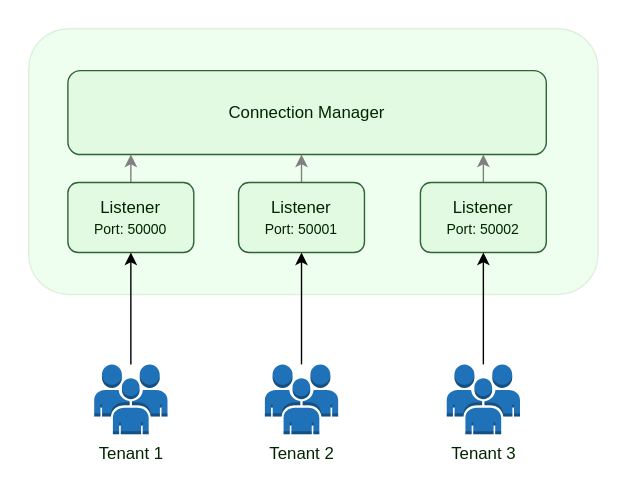
Before: docs/assets/multi-tenancy.svg, a diagram exported from draw.io (gsalomao/maxmq). Source tidied: cells renumbered, new cells last; positions are measured from the earlier drawing's top-left corner, leaving out a move shared by most shapes. The source it was exported from:
```xml
<mxGraphModel>
  <root>
    <mxCell id="0" />
    <mxCell id="1" parent="0" />
    <mxCell id="2" style="rounded=0;whiteSpace=wrap;html=1;strokeColor=none;fontColor=#002400;fillColor=#FFFFFF;" parent="1" vertex="1">
      <mxGeometry width="450" height="350" as="geometry" />
    </mxCell>
    <mxCell id="3" style="rounded=1;whiteSpace=wrap;html=1;fillColor=#66FF66;opacity=10;strokeColor=#006600;" parent="1" vertex="1">
      <mxGeometry x="20" y="20" width="407" height="190" as="geometry" />
    </mxCell>
    <mxCell id="4" style="edgeStyle=orthogonalEdgeStyle;rounded=0;jettySize=auto;html=1;entryX=0.131;entryY=0.998;entryDx=0;entryDy=0;entryPerimeter=0;strokeColor=#808080;fontColor=#002400;" parent="1" edge="1" source="5" target="11">
      <mxGeometry relative="1" as="geometry" />
    </mxCell>
    <mxCell id="5" value="Listener&lt;br&gt;&lt;font style=&quot;font-size: 10px;&quot;&gt;Port: 50000&lt;/font&gt;" style="rounded=1;whiteSpace=wrap;html=1;fillColor=#E1FAE1;strokeColor=#2F6336;fontColor=#002400;" parent="1" vertex="1">
      <mxGeometry x="48" y="130" width="90" height="50" as="geometry" />
    </mxCell>
    <mxCell id="6" style="edgeStyle=orthogonalEdgeStyle;rounded=0;jettySize=auto;html=1;entryX=0.488;entryY=0.996;entryDx=0;entryDy=0;entryPerimeter=0;strokeColor=#808080;fontColor=#002400;" parent="1" edge="1" source="7" target="11">
      <mxGeometry relative="1" as="geometry" />
    </mxCell>
    <mxCell id="7" value="Listener&lt;br&gt;&lt;font style=&quot;font-size: 10px;&quot;&gt;Port: 50001&lt;/font&gt;" style="rounded=1;whiteSpace=wrap;html=1;fillColor=#E1FAE1;strokeColor=#2F6336;fontColor=#002400;" parent="1" vertex="1">
      <mxGeometry x="170" y="130" width="90" height="50" as="geometry" />
    </mxCell>
    <mxCell id="8" style="edgeStyle=orthogonalEdgeStyle;rounded=0;jettySize=auto;html=1;entryX=0.87;entryY=0.992;entryDx=0;entryDy=0;entryPerimeter=0;strokeColor=#808080;fontColor=#002400;" parent="1" edge="1" source="9" target="11">
      <mxGeometry relative="1" as="geometry" />
    </mxCell>
    <mxCell id="9" value="Listener&lt;br&gt;&lt;font style=&quot;font-size: 10px;&quot;&gt;Port: 50002&lt;/font&gt;" style="rounded=1;whiteSpace=wrap;html=1;fillColor=#E1FAE1;strokeColor=#2F6336;fontColor=#002400;" parent="1" vertex="1">
      <mxGeometry x="300" y="130" width="90" height="50" as="geometry" />
    </mxCell>
    <mxCell id="10" style="edgeStyle=orthogonalEdgeStyle;rounded=0;jettySize=auto;html=1;entryX=0.5;entryY=1;entryDx=0;entryDy=0;fontColor=#002400;strokeColor=default;" parent="1" edge="1" source="14" target="5">
      <mxGeometry relative="1" as="geometry" />
    </mxCell>
    <mxCell id="11" value="Connection Manager" style="rounded=1;whiteSpace=wrap;html=1;fillColor=#E1FAE1;strokeColor=#2F6336;fontColor=#002400;" parent="1" vertex="1">
      <mxGeometry x="48" y="50" width="342" height="60" as="geometry" />
    </mxCell>
    <mxCell id="12" style="edgeStyle=orthogonalEdgeStyle;rounded=0;jettySize=auto;html=1;entryX=0.5;entryY=1;entryDx=0;entryDy=0;fontColor=#002400;strokeColor=default;" parent="1" edge="1" target="7">
      <mxGeometry relative="1" as="geometry">
        <mxPoint x="215" y="260" as="sourcePoint" />
      </mxGeometry>
    </mxCell>
    <mxCell id="13" style="edgeStyle=orthogonalEdgeStyle;rounded=0;jettySize=auto;html=1;fontColor=#002400;strokeColor=default;" parent="1" edge="1" target="9">
      <mxGeometry relative="1" as="geometry">
        <mxPoint x="345" y="260" as="sourcePoint" />
      </mxGeometry>
    </mxCell>
    <mxCell id="14" value="Tenant 1" style="outlineConnect=0;dashed=0;verticalLabelPosition=bottom;verticalAlign=top;align=center;html=1;shape=mxgraph.aws3.users;fillColor=#2072B8;gradientColor=none;rounded=1;strokeColor=none;fontColor=#002400;" parent="1" vertex="1">
      <mxGeometry x="66.8" y="260" width="52.4" height="50" as="geometry" />
    </mxCell>
    <mxCell id="15" value="Tenant 2" style="outlineConnect=0;dashed=0;verticalLabelPosition=bottom;verticalAlign=top;align=center;html=1;shape=mxgraph.aws3.users;fillColor=#2072B8;gradientColor=none;rounded=1;strokeColor=none;fontColor=#002400;" parent="1" vertex="1">
      <mxGeometry x="188.8" y="260" width="52.4" height="50" as="geometry" />
    </mxCell>
    <mxCell id="16" value="Tenant 3" style="dashed=0;verticalLabelPosition=bottom;verticalAlign=top;align=center;html=1;shape=mxgraph.aws3.users;fillColor=#2072B8;gradientColor=none;rounded=1;strokeColor=none;fontColor=#002400;" parent="1" vertex="1">
      <mxGeometry x="318.8" y="260" width="52.4" height="50" as="geometry" />
    </mxCell>
  </root>
</mxGraphModel>
```
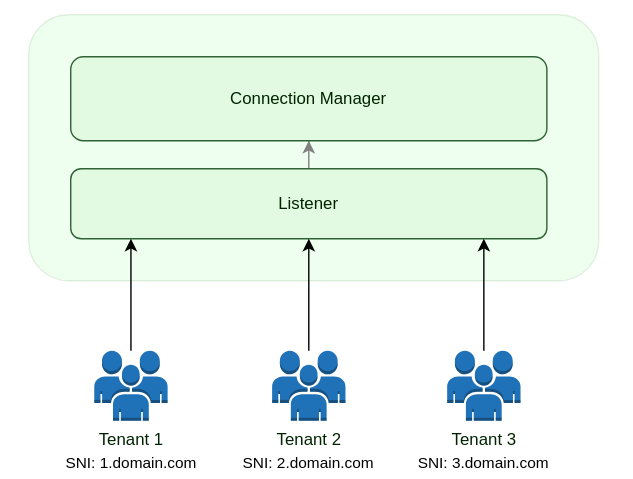
After the change.

Change to the diagram source:
```diff
@@ -3,53 +3,51 @@
     <mxCell id="0" />
     <mxCell id="1" parent="0" />
     <mxCell id="2" style="rounded=0;whiteSpace=wrap;html=1;strokeColor=none;fontColor=#002400;fillColor=#FFFFFF;" parent="1" vertex="1">
-      <mxGeometry width="450" height="350" as="geometry" />
+      <mxGeometry y="10" width="450" height="340" as="geometry" />
     </mxCell>
     <mxCell id="3" style="rounded=1;whiteSpace=wrap;html=1;fillColor=#66FF66;opacity=10;strokeColor=#006600;" parent="1" vertex="1">
       <mxGeometry x="20" y="20" width="407" height="190" as="geometry" />
     </mxCell>
-    <mxCell id="4" style="edgeStyle=orthogonalEdgeStyle;rounded=0;jettySize=auto;html=1;entryX=0.131;entryY=0.998;entryDx=0;entryDy=0;entryPerimeter=0;strokeColor=#808080;fontColor=#002400;" parent="1" edge="1" source="5" target="11">
-      <mxGeometry relative="1" as="geometry" />
-    </mxCell>
-    <mxCell id="5" value="Listener&lt;br&gt;&lt;font style=&quot;font-size: 10px;&quot;&gt;Port: 50000&lt;/font&gt;" style="rounded=1;whiteSpace=wrap;html=1;fillColor=#E1FAE1;strokeColor=#2F6336;fontColor=#002400;" parent="1" vertex="1">
-      <mxGeometry x="48" y="130" width="90" height="50" as="geometry" />
-    </mxCell>
-    <mxCell id="6" style="edgeStyle=orthogonalEdgeStyle;rounded=0;jettySize=auto;html=1;entryX=0.488;entryY=0.996;entryDx=0;entryDy=0;entryPerimeter=0;strokeColor=#808080;fontColor=#002400;" parent="1" edge="1" source="7" target="11">
+    <mxCell id="6" style="edgeStyle=orthogonalEdgeStyle;rounded=0;jettySize=auto;html=1;entryX=0.5;entryY=1;entryDx=0;entryDy=0;strokeColor=#808080;fontColor=#002400;" parent="1" edge="1" source="7" target="11">
       <mxGeometry relative="1" as="geometry" />
     </mxCell>
-    <mxCell id="7" value="Listener&lt;br&gt;&lt;font style=&quot;font-size: 10px;&quot;&gt;Port: 50001&lt;/font&gt;" style="rounded=1;whiteSpace=wrap;html=1;fillColor=#E1FAE1;strokeColor=#2F6336;fontColor=#002400;" parent="1" vertex="1">
-      <mxGeometry x="170" y="130" width="90" height="50" as="geometry" />
+    <mxCell id="7" value="Listener" style="rounded=1;whiteSpace=wrap;html=1;fillColor=#E1FAE1;strokeColor=#2F6336;fontColor=#002400;" parent="1" vertex="1">
+      <mxGeometry x="50" y="130" width="340" height="50" as="geometry" />
     </mxCell>
-    <mxCell id="8" style="edgeStyle=orthogonalEdgeStyle;rounded=0;jettySize=auto;html=1;entryX=0.87;entryY=0.992;entryDx=0;entryDy=0;entryPerimeter=0;strokeColor=#808080;fontColor=#002400;" parent="1" edge="1" source="9" target="11">
-      <mxGeometry relative="1" as="geometry" />
-    </mxCell>
-    <mxCell id="9" value="Listener&lt;br&gt;&lt;font style=&quot;font-size: 10px;&quot;&gt;Port: 50002&lt;/font&gt;" style="rounded=1;whiteSpace=wrap;html=1;fillColor=#E1FAE1;strokeColor=#2F6336;fontColor=#002400;" parent="1" vertex="1">
-      <mxGeometry x="300" y="130" width="90" height="50" as="geometry" />
-    </mxCell>
-    <mxCell id="10" style="edgeStyle=orthogonalEdgeStyle;rounded=0;jettySize=auto;html=1;entryX=0.5;entryY=1;entryDx=0;entryDy=0;fontColor=#002400;strokeColor=default;" parent="1" edge="1" source="14" target="5">
-      <mxGeometry relative="1" as="geometry" />
+    <mxCell id="10" style="edgeStyle=orthogonalEdgeStyle;rounded=0;jettySize=auto;html=1;entryX=0.5;entryY=1;entryDx=0;entryDy=0;fontColor=#002400;strokeColor=default;" parent="1" edge="1" source="14">
+      <mxGeometry relative="1" as="geometry">
+        <mxPoint x="93" y="180" as="targetPoint" />
+      </mxGeometry>
     </mxCell>
     <mxCell id="11" value="Connection Manager" style="rounded=1;whiteSpace=wrap;html=1;fillColor=#E1FAE1;strokeColor=#2F6336;fontColor=#002400;" parent="1" vertex="1">
-      <mxGeometry x="48" y="50" width="342" height="60" as="geometry" />
+      <mxGeometry x="50" y="50" width="340" height="60" as="geometry" />
     </mxCell>
-    <mxCell id="12" style="edgeStyle=orthogonalEdgeStyle;rounded=0;jettySize=auto;html=1;entryX=0.5;entryY=1;entryDx=0;entryDy=0;fontColor=#002400;strokeColor=default;" parent="1" edge="1" target="7">
-      <mxGeometry relative="1" as="geometry">
-        <mxPoint x="215" y="260" as="sourcePoint" />
-      </mxGeometry>
+    <mxCell id="12" style="edgeStyle=orthogonalEdgeStyle;rounded=0;jettySize=auto;html=1;entryX=0.5;entryY=1;entryDx=0;entryDy=0;fontColor=#002400;strokeColor=default;" parent="1" edge="1" source="15" target="7">
+      <mxGeometry relative="1" as="geometry" />
     </mxCell>
-    <mxCell id="13" style="edgeStyle=orthogonalEdgeStyle;rounded=0;jettySize=auto;html=1;fontColor=#002400;strokeColor=default;" parent="1" edge="1" target="9">
+    <mxCell id="13" style="edgeStyle=orthogonalEdgeStyle;rounded=0;orthogonalLoop=1;jettySize=auto;html=1;fontColor=#002400;strokeColor=default;" parent="1" edge="1">
       <mxGeometry relative="1" as="geometry">
         <mxPoint x="345" y="260" as="sourcePoint" />
+        <mxPoint x="345" y="180" as="targetPoint" />
       </mxGeometry>
     </mxCell>
     <mxCell id="14" value="Tenant 1" style="outlineConnect=0;dashed=0;verticalLabelPosition=bottom;verticalAlign=top;align=center;html=1;shape=mxgraph.aws3.users;fillColor=#2072B8;gradientColor=none;rounded=1;strokeColor=none;fontColor=#002400;" parent="1" vertex="1">
       <mxGeometry x="66.8" y="260" width="52.4" height="50" as="geometry" />
     </mxCell>
     <mxCell id="15" value="Tenant 2" style="outlineConnect=0;dashed=0;verticalLabelPosition=bottom;verticalAlign=top;align=center;html=1;shape=mxgraph.aws3.users;fillColor=#2072B8;gradientColor=none;rounded=1;strokeColor=none;fontColor=#002400;" parent="1" vertex="1">
-      <mxGeometry x="188.8" y="260" width="52.4" height="50" as="geometry" />
+      <mxGeometry x="193.8" y="260" width="52.4" height="50" as="geometry" />
     </mxCell>
     <mxCell id="16" value="Tenant 3" style="dashed=0;verticalLabelPosition=bottom;verticalAlign=top;align=center;html=1;shape=mxgraph.aws3.users;fillColor=#2072B8;gradientColor=none;rounded=1;strokeColor=none;fontColor=#002400;" parent="1" vertex="1">
       <mxGeometry x="318.8" y="260" width="52.4" height="50" as="geometry" />
     </mxCell>
+    <mxCell id="17" value="SNI: 1.domain.com" style="text;html=1;strokeColor=none;fillColor=none;align=center;verticalAlign=middle;whiteSpace=wrap;rounded=0;fontSize=11;" parent="1" vertex="1">
+      <mxGeometry x="40.8" y="330" width="104.5" height="20" as="geometry" />
+    </mxCell>
+    <mxCell id="18" value="SNI: 2.domain.com" style="text;html=1;strokeColor=none;fillColor=none;align=center;verticalAlign=middle;whiteSpace=wrap;rounded=0;fontSize=11;" parent="1" vertex="1">
+      <mxGeometry x="169.2" y="330" width="101.5" height="20" as="geometry" />
+    </mxCell>
+    <mxCell id="19" value="SNI: 3.domain.com" style="text;html=1;strokeColor=none;fillColor=none;align=center;verticalAlign=middle;whiteSpace=wrap;rounded=0;fontSize=11;" parent="1" vertex="1">
+      <mxGeometry x="294.2" y="330" width="101.5" height="20" as="geometry" />
+    </mxCell>
   </root>
 </mxGraphModel>
```
